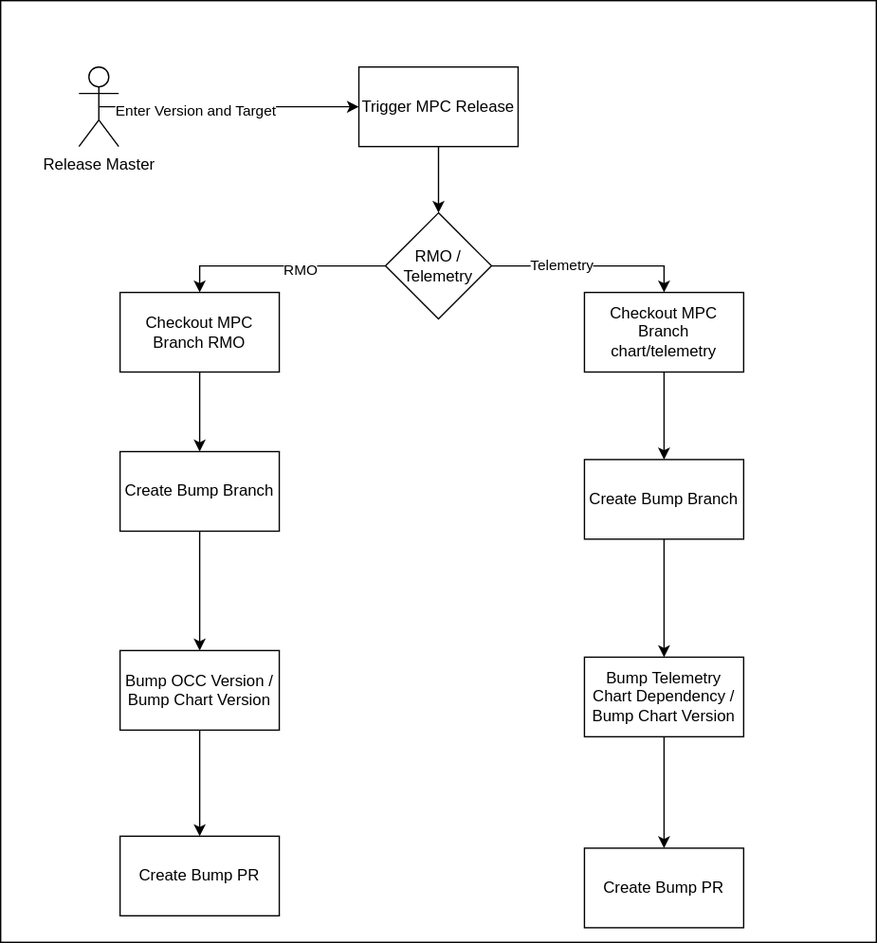
kyma-project/telemetry-manager keeps this draw.io diagram as docs/contributor/assets/auditable-release-mpc-release.drawio.svg. Above is the earlier version. Source tidied: cells renumbered, new cells last; positions are measured from the earlier drawing's top-left corner, leaving out a move shared by most shapes. Source of this version:
```xml
<mxGraphModel>
  <root>
    <mxCell id="0" />
    <mxCell id="1" parent="0" />
    <mxCell id="2" style="rounded=0;whiteSpace=wrap;html=1;" parent="1" vertex="1">
      <mxGeometry width="660" height="710" as="geometry" />
    </mxCell>
    <mxCell id="3" style="edgeStyle=orthogonalEdgeStyle;rounded=0;jettySize=auto;html=1;exitX=0.5;exitY=0.5;exitDx=0;exitDy=0;exitPerimeter=0;entryX=0;entryY=0.5;entryDx=0;entryDy=0;" parent="1" edge="1" source="5" target="7">
      <mxGeometry relative="1" as="geometry" />
    </mxCell>
    <mxCell id="4" value="Enter Version and Target" style="edgeLabel;html=1;align=center;verticalAlign=middle;" parent="3" vertex="1">
      <mxGeometry x="-0.26" y="-2" relative="1" as="geometry" />
    </mxCell>
    <mxCell id="5" value="Release Master" style="shape=umlActor;verticalLabelPosition=bottom;verticalAlign=top;html=1;outlineConnect=0;" parent="1" vertex="1">
      <mxGeometry x="59" y="50" width="30" height="60" as="geometry" />
    </mxCell>
    <mxCell id="6" style="edgeStyle=orthogonalEdgeStyle;rounded=0;jettySize=auto;html=1;exitX=0.5;exitY=1;exitDx=0;exitDy=0;entryX=0.5;entryY=0;entryDx=0;entryDy=0;" parent="1" edge="1" source="7" target="19">
      <mxGeometry relative="1" as="geometry" />
    </mxCell>
    <mxCell id="7" value="Trigger MPC Release" style="rounded=0;whiteSpace=wrap;html=1;" parent="1" vertex="1">
      <mxGeometry x="270" y="50" width="120" height="60" as="geometry" />
    </mxCell>
    <mxCell id="8" style="edgeStyle=orthogonalEdgeStyle;rounded=0;jettySize=auto;html=1;exitX=0.5;exitY=1;exitDx=0;exitDy=0;entryX=0.5;entryY=0;entryDx=0;entryDy=0;" parent="1" edge="1" source="9" target="11">
      <mxGeometry relative="1" as="geometry" />
    </mxCell>
    <mxCell id="9" value="Checkout MPC Branch chart/telemetry" style="rounded=0;whiteSpace=wrap;html=1;" parent="1" vertex="1">
      <mxGeometry x="440" y="220" width="120" height="60" as="geometry" />
    </mxCell>
    <mxCell id="10" style="edgeStyle=orthogonalEdgeStyle;rounded=0;jettySize=auto;html=1;exitX=0.5;exitY=1;exitDx=0;exitDy=0;entryX=0.5;entryY=0;entryDx=0;entryDy=0;" parent="1" edge="1" source="11" target="13">
      <mxGeometry relative="1" as="geometry" />
    </mxCell>
    <mxCell id="11" value="Create Bump Branch" style="rounded=0;whiteSpace=wrap;html=1;" parent="1" vertex="1">
      <mxGeometry x="440" y="346" width="120" height="60" as="geometry" />
    </mxCell>
    <mxCell id="12" style="edgeStyle=orthogonalEdgeStyle;rounded=0;jettySize=auto;html=1;exitX=0.5;exitY=1;exitDx=0;exitDy=0;entryX=0.5;entryY=0;entryDx=0;entryDy=0;" parent="1" edge="1" source="13" target="14">
      <mxGeometry relative="1" as="geometry" />
    </mxCell>
    <mxCell id="13" value="Bump Telemetry Chart Dependency / Bump Chart Version" style="rounded=0;whiteSpace=wrap;html=1;" parent="1" vertex="1">
      <mxGeometry x="440" y="495" width="120" height="60" as="geometry" />
    </mxCell>
    <mxCell id="14" value="Create Bump PR" style="rounded=0;whiteSpace=wrap;html=1;" parent="1" vertex="1">
      <mxGeometry x="440" y="639" width="120" height="60" as="geometry" />
    </mxCell>
    <mxCell id="15" style="edgeStyle=orthogonalEdgeStyle;rounded=0;jettySize=auto;html=1;exitX=1;exitY=0.5;exitDx=0;exitDy=0;entryX=0.5;entryY=0;entryDx=0;entryDy=0;" parent="1" edge="1" source="19" target="9">
      <mxGeometry relative="1" as="geometry" />
    </mxCell>
    <mxCell id="16" value="Telemetry" style="edgeLabel;html=1;align=center;verticalAlign=middle;" parent="15" vertex="1">
      <mxGeometry x="-0.31" y="1" relative="1" as="geometry" />
    </mxCell>
    <mxCell id="17" style="edgeStyle=orthogonalEdgeStyle;rounded=0;jettySize=auto;html=1;exitX=0;exitY=0.5;exitDx=0;exitDy=0;entryX=0.5;entryY=0;entryDx=0;entryDy=0;" parent="1" edge="1" source="19" target="21">
      <mxGeometry relative="1" as="geometry" />
    </mxCell>
    <mxCell id="18" value="RMO" style="edgeLabel;html=1;align=center;verticalAlign=middle;" parent="17" vertex="1">
      <mxGeometry x="-0.19" y="2" relative="1" as="geometry" />
    </mxCell>
    <mxCell id="19" value="RMO / Telemetry" style="rhombus;whiteSpace=wrap;html=1;" parent="1" vertex="1">
      <mxGeometry x="290" y="160" width="80" height="80" as="geometry" />
    </mxCell>
    <mxCell id="20" style="edgeStyle=orthogonalEdgeStyle;rounded=0;jettySize=auto;html=1;exitX=0.5;exitY=1;exitDx=0;exitDy=0;" parent="1" edge="1" source="21" target="23">
      <mxGeometry relative="1" as="geometry" />
    </mxCell>
    <mxCell id="21" value="Checkout MPC Branch RMO" style="rounded=0;whiteSpace=wrap;html=1;" parent="1" vertex="1">
      <mxGeometry x="90" y="220" width="120" height="60" as="geometry" />
    </mxCell>
    <mxCell id="22" style="edgeStyle=orthogonalEdgeStyle;rounded=0;jettySize=auto;html=1;exitX=0.5;exitY=1;exitDx=0;exitDy=0;entryX=0.5;entryY=0;entryDx=0;entryDy=0;" parent="1" edge="1" source="23" target="25">
      <mxGeometry relative="1" as="geometry" />
    </mxCell>
    <mxCell id="23" value="Create Bump Branch" style="rounded=0;whiteSpace=wrap;html=1;" parent="1" vertex="1">
      <mxGeometry x="90" y="340" width="120" height="60" as="geometry" />
    </mxCell>
    <mxCell id="24" style="edgeStyle=orthogonalEdgeStyle;rounded=0;jettySize=auto;html=1;exitX=0.5;exitY=1;exitDx=0;exitDy=0;entryX=0.5;entryY=0;entryDx=0;entryDy=0;" parent="1" edge="1" source="25" target="26">
      <mxGeometry relative="1" as="geometry" />
    </mxCell>
    <mxCell id="25" value="Bump OCC Version / Bump Chart Version" style="rounded=0;whiteSpace=wrap;html=1;" parent="1" vertex="1">
      <mxGeometry x="90" y="490" width="120" height="60" as="geometry" />
    </mxCell>
    <mxCell id="26" value="Create Bump PR" style="rounded=0;whiteSpace=wrap;html=1;" parent="1" vertex="1">
      <mxGeometry x="90" y="630" width="120" height="60" as="geometry" />
    </mxCell>
  </root>
</mxGraphModel>
```
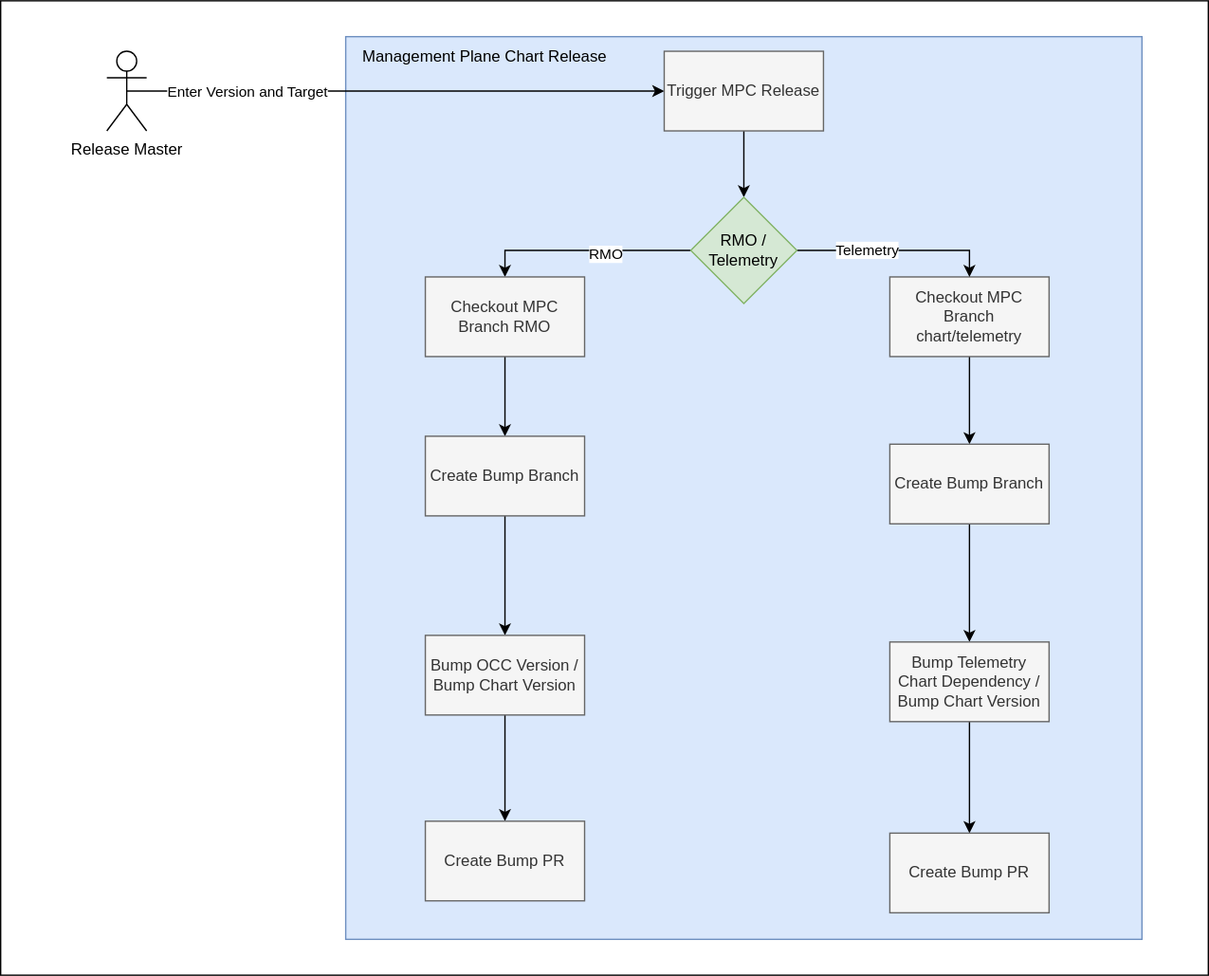
After the change.

Diff of the diagram source:
```diff
@@ -3,42 +3,47 @@
     <mxCell id="0" />
     <mxCell id="1" parent="0" />
     <mxCell id="2" style="rounded=0;whiteSpace=wrap;html=1;" parent="1" vertex="1">
-      <mxGeometry width="660" height="710" as="geometry" />
+      <mxGeometry x="-230" y="12" width="910" height="734" as="geometry" />
     </mxCell>
+    <mxCell id="27" style="rounded=0;whiteSpace=wrap;html=1;fillColor=#dae8fc;strokeColor=#6c8ebf;" parent="1" vertex="1">
+      <mxGeometry x="30" y="39" width="600" height="680" as="geometry" />
+    </mxCell>
     <mxCell id="3" style="edgeStyle=orthogonalEdgeStyle;rounded=0;jettySize=auto;html=1;exitX=0.5;exitY=0.5;exitDx=0;exitDy=0;exitPerimeter=0;entryX=0;entryY=0.5;entryDx=0;entryDy=0;" parent="1" edge="1" source="5" target="7">
       <mxGeometry relative="1" as="geometry" />
     </mxCell>
     <mxCell id="4" value="Enter Version and Target" style="edgeLabel;html=1;align=center;verticalAlign=middle;" parent="3" vertex="1">
-      <mxGeometry x="-0.26" y="-2" relative="1" as="geometry" />
+      <mxGeometry x="-0.26" y="-2" relative="1" as="geometry">
+        <mxPoint x="-59" y="-2" as="offset" />
+      </mxGeometry>
     </mxCell>
     <mxCell id="5" value="Release Master" style="shape=umlActor;verticalLabelPosition=bottom;verticalAlign=top;html=1;outlineConnect=0;" parent="1" vertex="1">
-      <mxGeometry x="59" y="50" width="30" height="60" as="geometry" />
+      <mxGeometry x="-150" y="50" width="30" height="60" as="geometry" />
     </mxCell>
     <mxCell id="6" style="edgeStyle=orthogonalEdgeStyle;rounded=0;jettySize=auto;html=1;exitX=0.5;exitY=1;exitDx=0;exitDy=0;entryX=0.5;entryY=0;entryDx=0;entryDy=0;" parent="1" edge="1" source="7" target="19">
       <mxGeometry relative="1" as="geometry" />
     </mxCell>
-    <mxCell id="7" value="Trigger MPC Release" style="rounded=0;whiteSpace=wrap;html=1;" parent="1" vertex="1">
+    <mxCell id="7" value="Trigger MPC Release" style="rounded=0;whiteSpace=wrap;html=1;fillColor=#f5f5f5;fontColor=#333333;strokeColor=#666666;" parent="1" vertex="1">
       <mxGeometry x="270" y="50" width="120" height="60" as="geometry" />
     </mxCell>
     <mxCell id="8" style="edgeStyle=orthogonalEdgeStyle;rounded=0;jettySize=auto;html=1;exitX=0.5;exitY=1;exitDx=0;exitDy=0;entryX=0.5;entryY=0;entryDx=0;entryDy=0;" parent="1" edge="1" source="9" target="11">
       <mxGeometry relative="1" as="geometry" />
     </mxCell>
-    <mxCell id="9" value="Checkout MPC Branch chart/telemetry" style="rounded=0;whiteSpace=wrap;html=1;" parent="1" vertex="1">
+    <mxCell id="9" value="Checkout MPC Branch chart/telemetry" style="rounded=0;whiteSpace=wrap;html=1;fillColor=#f5f5f5;fontColor=#333333;strokeColor=#666666;" parent="1" vertex="1">
       <mxGeometry x="440" y="220" width="120" height="60" as="geometry" />
     </mxCell>
     <mxCell id="10" style="edgeStyle=orthogonalEdgeStyle;rounded=0;jettySize=auto;html=1;exitX=0.5;exitY=1;exitDx=0;exitDy=0;entryX=0.5;entryY=0;entryDx=0;entryDy=0;" parent="1" edge="1" source="11" target="13">
       <mxGeometry relative="1" as="geometry" />
     </mxCell>
-    <mxCell id="11" value="Create Bump Branch" style="rounded=0;whiteSpace=wrap;html=1;" parent="1" vertex="1">
+    <mxCell id="11" value="Create Bump Branch" style="rounded=0;whiteSpace=wrap;html=1;fillColor=#f5f5f5;fontColor=#333333;strokeColor=#666666;" parent="1" vertex="1">
       <mxGeometry x="440" y="346" width="120" height="60" as="geometry" />
     </mxCell>
     <mxCell id="12" style="edgeStyle=orthogonalEdgeStyle;rounded=0;jettySize=auto;html=1;exitX=0.5;exitY=1;exitDx=0;exitDy=0;entryX=0.5;entryY=0;entryDx=0;entryDy=0;" parent="1" edge="1" source="13" target="14">
       <mxGeometry relative="1" as="geometry" />
     </mxCell>
-    <mxCell id="13" value="Bump Telemetry Chart Dependency / Bump Chart Version" style="rounded=0;whiteSpace=wrap;html=1;" parent="1" vertex="1">
+    <mxCell id="13" value="Bump Telemetry Chart Dependency / Bump Chart Version" style="rounded=0;whiteSpace=wrap;html=1;fillColor=#f5f5f5;fontColor=#333333;strokeColor=#666666;" parent="1" vertex="1">
       <mxGeometry x="440" y="495" width="120" height="60" as="geometry" />
     </mxCell>
-    <mxCell id="14" value="Create Bump PR" style="rounded=0;whiteSpace=wrap;html=1;" parent="1" vertex="1">
+    <mxCell id="14" value="Create Bump PR" style="rounded=0;whiteSpace=wrap;html=1;fillColor=#f5f5f5;fontColor=#333333;strokeColor=#666666;" parent="1" vertex="1">
       <mxGeometry x="440" y="639" width="120" height="60" as="geometry" />
     </mxCell>
     <mxCell id="15" style="edgeStyle=orthogonalEdgeStyle;rounded=0;jettySize=auto;html=1;exitX=1;exitY=0.5;exitDx=0;exitDy=0;entryX=0.5;entryY=0;entryDx=0;entryDy=0;" parent="1" edge="1" source="19" target="9">
@@ -53,29 +58,32 @@
     <mxCell id="18" value="RMO" style="edgeLabel;html=1;align=center;verticalAlign=middle;" parent="17" vertex="1">
       <mxGeometry x="-0.19" y="2" relative="1" as="geometry" />
     </mxCell>
-    <mxCell id="19" value="RMO / Telemetry" style="rhombus;whiteSpace=wrap;html=1;" parent="1" vertex="1">
+    <mxCell id="19" value="RMO / Telemetry" style="rhombus;whiteSpace=wrap;html=1;fillColor=#d5e8d4;strokeColor=#82b366;" parent="1" vertex="1">
       <mxGeometry x="290" y="160" width="80" height="80" as="geometry" />
     </mxCell>
     <mxCell id="20" style="edgeStyle=orthogonalEdgeStyle;rounded=0;jettySize=auto;html=1;exitX=0.5;exitY=1;exitDx=0;exitDy=0;" parent="1" edge="1" source="21" target="23">
       <mxGeometry relative="1" as="geometry" />
     </mxCell>
-    <mxCell id="21" value="Checkout MPC Branch RMO" style="rounded=0;whiteSpace=wrap;html=1;" parent="1" vertex="1">
+    <mxCell id="21" value="Checkout MPC Branch RMO" style="rounded=0;whiteSpace=wrap;html=1;fillColor=#f5f5f5;fontColor=#333333;strokeColor=#666666;" parent="1" vertex="1">
       <mxGeometry x="90" y="220" width="120" height="60" as="geometry" />
     </mxCell>
     <mxCell id="22" style="edgeStyle=orthogonalEdgeStyle;rounded=0;jettySize=auto;html=1;exitX=0.5;exitY=1;exitDx=0;exitDy=0;entryX=0.5;entryY=0;entryDx=0;entryDy=0;" parent="1" edge="1" source="23" target="25">
       <mxGeometry relative="1" as="geometry" />
     </mxCell>
-    <mxCell id="23" value="Create Bump Branch" style="rounded=0;whiteSpace=wrap;html=1;" parent="1" vertex="1">
+    <mxCell id="23" value="Create Bump Branch" style="rounded=0;whiteSpace=wrap;html=1;fillColor=#f5f5f5;fontColor=#333333;strokeColor=#666666;" parent="1" vertex="1">
       <mxGeometry x="90" y="340" width="120" height="60" as="geometry" />
     </mxCell>
     <mxCell id="24" style="edgeStyle=orthogonalEdgeStyle;rounded=0;jettySize=auto;html=1;exitX=0.5;exitY=1;exitDx=0;exitDy=0;entryX=0.5;entryY=0;entryDx=0;entryDy=0;" parent="1" edge="1" source="25" target="26">
       <mxGeometry relative="1" as="geometry" />
     </mxCell>
-    <mxCell id="25" value="Bump OCC Version / Bump Chart Version" style="rounded=0;whiteSpace=wrap;html=1;" parent="1" vertex="1">
+    <mxCell id="25" value="Bump OCC Version / Bump Chart Version" style="rounded=0;whiteSpace=wrap;html=1;fillColor=#f5f5f5;fontColor=#333333;strokeColor=#666666;" parent="1" vertex="1">
       <mxGeometry x="90" y="490" width="120" height="60" as="geometry" />
     </mxCell>
-    <mxCell id="26" value="Create Bump PR" style="rounded=0;whiteSpace=wrap;html=1;" parent="1" vertex="1">
+    <mxCell id="26" value="Create Bump PR" style="rounded=0;whiteSpace=wrap;html=1;fillColor=#f5f5f5;fontColor=#333333;strokeColor=#666666;" parent="1" vertex="1">
       <mxGeometry x="90" y="630" width="120" height="60" as="geometry" />
     </mxCell>
+    <mxCell id="28" value="Management Plane Chart Release" style="text;html=1;whiteSpace=wrap;strokeColor=none;fillColor=none;align=center;verticalAlign=middle;rounded=0;" parent="1" vertex="1">
+      <mxGeometry x="40" y="39" width="190" height="30" as="geometry" />
+    </mxCell>
   </root>
 </mxGraphModel>
```
